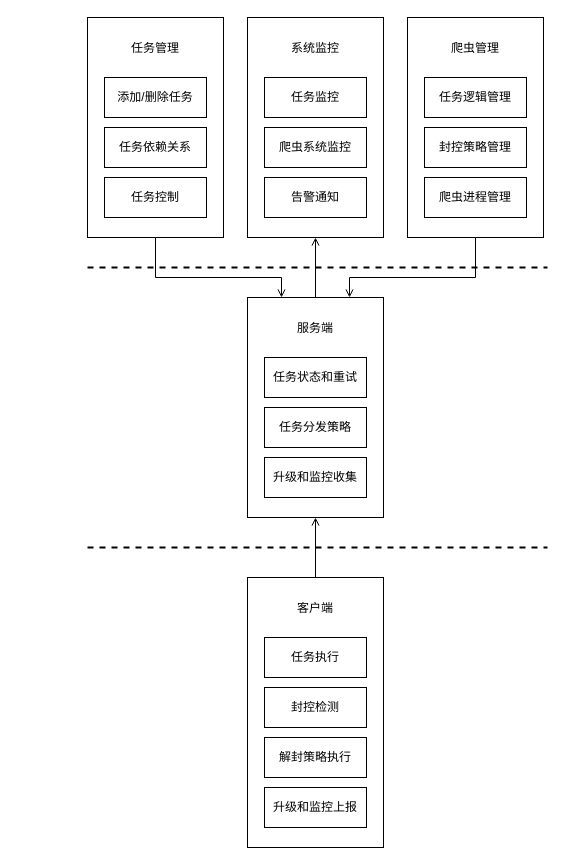
This is page "应用架构" (1 of 2) of 架构图-爬虫.drawio from digevil/drawio, a draw.io file, before an edit. Source tidied: cells renumbered, new cells numbered last; positions are measured from the earlier drawing's top-left corner, leaving out a move shared by most shapes. Both pictures are drawn from the tidied source at 100%, with x=0, y=0 at pixel (87, 17).
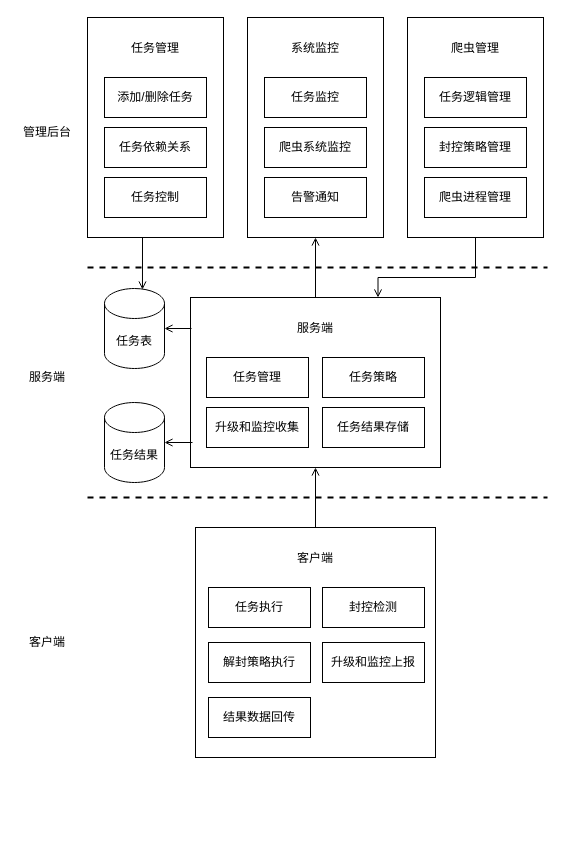
After the change.

Commit message (it also covers changes not shown here):
更新架构图-爬虫.drawio

The change refers to these unchanged cells:
```xml
<mxCell id="2" style="rounded=0;whiteSpace=wrap;html=1;labelPosition=center;verticalLabelPosition=middle;align=center;verticalAlign=middle;" parent="1" vertex="1">
  <mxGeometry width="136" height="220" as="geometry" />
</mxCell>
<mxCell id="11" style="rounded=0;whiteSpace=wrap;html=1;labelPosition=center;verticalLabelPosition=middle;align=center;verticalAlign=middle;" parent="1" vertex="1">
  <mxGeometry x="320" width="136" height="220" as="geometry" />
</mxCell>
```

Diff of the diagram source:
```diff
@@
     <mxCell id="19" style="edgeStyle=orthogonalEdgeStyle;rounded=0;jettySize=auto;html=1;exitX=0.75;exitY=0;exitDx=0;exitDy=0;entryX=0.5;entryY=1;entryDx=0;entryDy=0;startArrow=open;startFill=0;endArrow=none;endFill=0;" parent="1" edge="1" source="21" target="11">
       <mxGeometry relative="1" as="geometry">
         <Array as="points">
-          <mxPoint x="262" y="260" />
+          <mxPoint x="291" y="260" />
           <mxPoint x="388" y="260" />
         </Array>
       </mxGeometry>
     </mxCell>
-    <mxCell id="20" style="edgeStyle=orthogonalEdgeStyle;rounded=0;jettySize=auto;html=1;exitX=0.25;exitY=0;exitDx=0;exitDy=0;entryX=0.5;entryY=1;entryDx=0;entryDy=0;startArrow=open;startFill=0;endArrow=none;endFill=0;" parent="1" edge="1" source="21" target="2">
+    <mxCell id="20" style="edgeStyle=orthogonalEdgeStyle;rounded=0;jettySize=auto;html=1;exitX=0.633;exitY=0.013;exitDx=0;exitDy=0;entryX=0.5;entryY=1;entryDx=0;entryDy=0;startArrow=open;startFill=0;endArrow=none;endFill=0;exitPerimeter=0;" parent="1" edge="1" source="40" target="2">
       <mxGeometry relative="1" as="geometry">
         <Array as="points">
-          <mxPoint x="194" y="260" />
-          <mxPoint x="68" y="260" />
+          <mxPoint x="55" y="220" />
         </Array>
       </mxGeometry>
     </mxCell>
     <mxCell id="21" style="rounded=0;whiteSpace=wrap;html=1;labelPosition=center;verticalLabelPosition=middle;align=center;verticalAlign=middle;" parent="1" vertex="1">
-      <mxGeometry x="160" y="280" width="136" height="220" as="geometry" />
+      <mxGeometry x="103" y="280" width="250" height="170" as="geometry" />
     </mxCell>
@@
-    <mxCell id="23" value="任务状态和重试" style="rounded=0;whiteSpace=wrap;html=1;" parent="1" vertex="1">
-      <mxGeometry x="177" y="340" width="102" height="40" as="geometry" />
+    <mxCell id="23" value="任务管理" style="rounded=0;whiteSpace=wrap;html=1;" parent="1" vertex="1">
+      <mxGeometry x="119" y="340" width="102" height="40" as="geometry" />
     </mxCell>
-    <mxCell id="24" value="任务分发策略" style="rounded=0;whiteSpace=wrap;html=1;" parent="1" vertex="1">
-      <mxGeometry x="177" y="390" width="102" height="40" as="geometry" />
+    <mxCell id="24" value="任务策略" style="rounded=0;whiteSpace=wrap;html=1;" parent="1" vertex="1">
+      <mxGeometry x="235" y="340" width="102" height="40" as="geometry" />
     </mxCell>
     <mxCell id="25" style="endArrow=none;dashed=1;html=1;strokeWidth=2;rounded=0;" parent="1" edge="1">
       <mxGeometry relative="1" as="geometry">
-        <mxPoint y="530" as="sourcePoint" />
-        <mxPoint x="460" y="530" as="targetPoint" />
+        <mxPoint y="480" as="sourcePoint" />
+        <mxPoint x="460" y="480" as="targetPoint" />
       </mxGeometry>
     </mxCell>
@@
     <mxCell id="27" style="rounded=0;whiteSpace=wrap;html=1;labelPosition=center;verticalLabelPosition=middle;align=center;verticalAlign=middle;" parent="1" vertex="1">
-      <mxGeometry x="160" y="560" width="136" height="270" as="geometry" />
+      <mxGeometry x="108" y="510" width="240" height="230" as="geometry" />
     </mxCell>
     <mxCell id="28" value="客户端" style="text;html=1;strokeColor=none;fillColor=none;align=center;verticalAlign=middle;whiteSpace=wrap;rounded=0;" parent="1" vertex="1">
-      <mxGeometry x="198" y="576" width="60" height="30" as="geometry" />
+      <mxGeometry x="198" y="526" width="60" height="30" as="geometry" />
     </mxCell>
     <mxCell id="29" value="任务执行" style="rounded=0;whiteSpace=wrap;html=1;" parent="1" vertex="1">
-      <mxGeometry x="177" y="620" width="102" height="40" as="geometry" />
+      <mxGeometry x="121" y="570" width="102" height="40" as="geometry" />
     </mxCell>
     <mxCell id="30" value="封控检测" style="rounded=0;whiteSpace=wrap;html=1;" parent="1" vertex="1">
-      <mxGeometry x="177" y="670" width="102" height="40" as="geometry" />
+      <mxGeometry x="235" y="570" width="102" height="40" as="geometry" />
     </mxCell>
     <mxCell id="31" value="解封策略执行" style="rounded=0;whiteSpace=wrap;html=1;" parent="1" vertex="1">
-      <mxGeometry x="177" y="720" width="102" height="40" as="geometry" />
+      <mxGeometry x="121" y="625" width="102" height="40" as="geometry" />
     </mxCell>
     <mxCell id="32" value="升级和监控上报" style="rounded=0;whiteSpace=wrap;html=1;" parent="1" vertex="1">
-      <mxGeometry x="177" y="770" width="102" height="40" as="geometry" />
+      <mxGeometry x="235" y="625" width="102" height="40" as="geometry" />
     </mxCell>
     <mxCell id="33" value="升级和监控收集" style="rounded=0;whiteSpace=wrap;html=1;" parent="1" vertex="1">
-      <mxGeometry x="177" y="440" width="102" height="40" as="geometry" />
+      <mxGeometry x="119" y="390" width="102" height="40" as="geometry" />
     </mxCell>
+    <mxCell id="34" value="任务结果存储" style="rounded=0;whiteSpace=wrap;html=1;" parent="1" vertex="1">
+      <mxGeometry x="235" y="390" width="102" height="40" as="geometry" />
+    </mxCell>
+    <mxCell id="35" value="结果数据回传" style="rounded=0;whiteSpace=wrap;html=1;" parent="1" vertex="1">
+      <mxGeometry x="121" y="680" width="102" height="40" as="geometry" />
+    </mxCell>
+    <mxCell id="36" value="管理后台" style="text;html=1;strokeColor=none;fillColor=none;align=center;verticalAlign=middle;whiteSpace=wrap;rounded=0;" parent="1" vertex="1">
+      <mxGeometry x="-70" y="100" width="60" height="30" as="geometry" />
+    </mxCell>
+    <mxCell id="37" value="服务端" style="text;html=1;strokeColor=none;fillColor=none;align=center;verticalAlign=middle;whiteSpace=wrap;rounded=0;" parent="1" vertex="1">
+      <mxGeometry x="-70" y="345" width="60" height="30" as="geometry" />
+    </mxCell>
+    <mxCell id="38" value="客户端" style="text;html=1;strokeColor=none;fillColor=none;align=center;verticalAlign=middle;whiteSpace=wrap;rounded=0;" parent="1" vertex="1">
+      <mxGeometry x="-70" y="610" width="60" height="30" as="geometry" />
+    </mxCell>
+    <mxCell id="39" value="任务结果" style="shape=cylinder3;whiteSpace=wrap;html=1;boundedLbl=1;backgroundOutline=1;size=15;" parent="1" vertex="1">
+      <mxGeometry x="17" y="385" width="60" height="80" as="geometry" />
+    </mxCell>
+    <mxCell id="40" value="任务表" style="shape=cylinder3;whiteSpace=wrap;html=1;boundedLbl=1;backgroundOutline=1;size=15;" parent="1" vertex="1">
+      <mxGeometry x="17" y="271" width="60" height="80" as="geometry" />
+    </mxCell>
+    <mxCell id="41" style="edgeStyle=orthogonalEdgeStyle;rounded=0;jettySize=auto;html=1;exitX=1;exitY=0.5;exitDx=0;exitDy=0;exitPerimeter=0;entryX=0.004;entryY=0.188;entryDx=0;entryDy=0;entryPerimeter=0;startArrow=open;startFill=0;endArrow=none;endFill=0;" parent="1" edge="1" source="40" target="21">
+      <mxGeometry relative="1" as="geometry" />
+    </mxCell>
+    <mxCell id="42" style="edgeStyle=orthogonalEdgeStyle;rounded=0;jettySize=auto;html=1;exitX=1;exitY=0.5;exitDx=0;exitDy=0;exitPerimeter=0;entryX=0.008;entryY=0.853;entryDx=0;entryDy=0;entryPerimeter=0;startArrow=open;startFill=0;endArrow=none;endFill=0;" parent="1" edge="1" source="39" target="21">
+      <mxGeometry relative="1" as="geometry" />
+    </mxCell>
```
